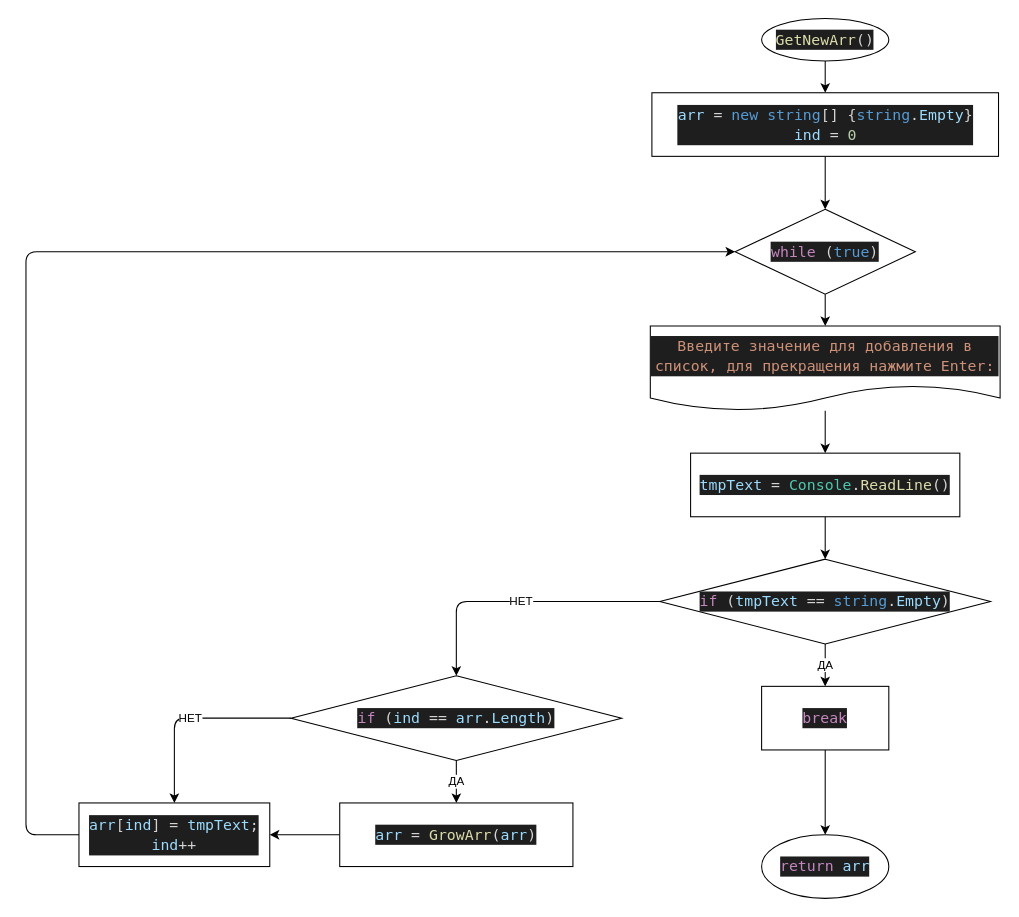
The draw.io diagram page "GetNewArr" (2 of 5) of diagram.drawio in ilya-devel/task-for-choosing-a-specialization, before the edit. Source tidied: cells renumbered, new cells numbered last; positions are measured from the earlier drawing's top-left corner, leaving out a move shared by most shapes. Both pictures are drawn from the tidied source at 106%, with x=0, y=0 at pixel (25, 18).
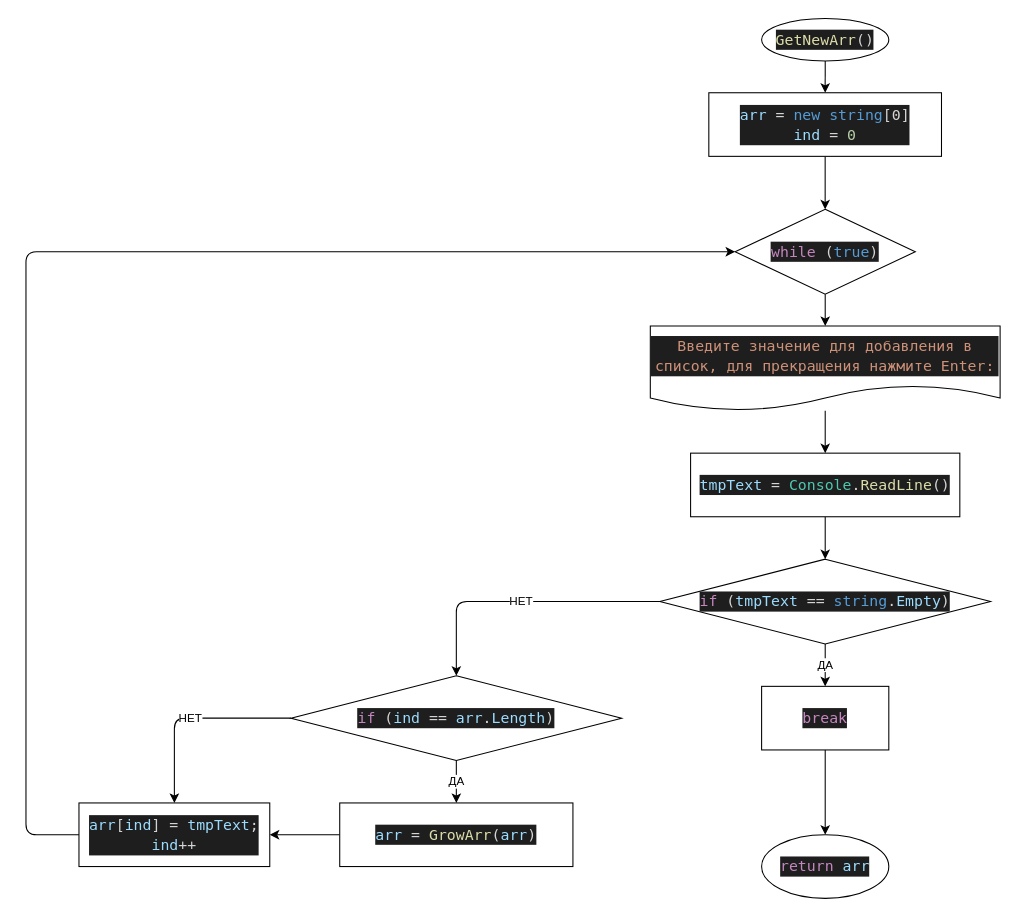
The same page after the edit.

The edit, as a diff of the source:
```diff
@@
-    <mxCell id="5" value="&lt;div style=&quot;background-color: rgb(30 , 30 , 30) ; font-family: &amp;#34;droid sans mono&amp;#34; , &amp;#34;monospace&amp;#34; , monospace ; font-size: 14px ; line-height: 19px&quot;&gt;&lt;span style=&quot;color: rgb(212 , 212 , 212)&quot;&gt;&lt;span style=&quot;color: #9cdcfe&quot;&gt;arr&lt;/span&gt; = &lt;span style=&quot;color: #569cd6&quot;&gt;new&lt;/span&gt; &lt;span style=&quot;color: #569cd6&quot;&gt;string&lt;/span&gt;[] {&lt;span style=&quot;color: #569cd6&quot;&gt;string&lt;/span&gt;.&lt;span style=&quot;color: #9cdcfe&quot;&gt;Empty&lt;/span&gt;}&lt;/span&gt;&lt;div style=&quot;color: rgb(212 , 212 , 212) ; font-family: &amp;#34;droid sans mono&amp;#34; , &amp;#34;monospace&amp;#34; , monospace ; line-height: 19px&quot;&gt;&lt;span style=&quot;color: #9cdcfe&quot;&gt;ind&lt;/span&gt; = &lt;span style=&quot;color: #b5cea8&quot;&gt;0&lt;/span&gt;&lt;/div&gt;&lt;/div&gt;" style="whiteSpace=wrap;html=1;" parent="1" vertex="1">
-      <mxGeometry x="590.5" y="70" width="327" height="60" as="geometry" />
+    <mxCell id="5" value="&lt;div style=&quot;background-color: rgb(30 , 30 , 30) ; font-family: &amp;#34;droid sans mono&amp;#34; , &amp;#34;monospace&amp;#34; , monospace ; font-size: 14px ; line-height: 19px&quot;&gt;&lt;span style=&quot;color: rgb(212 , 212 , 212)&quot;&gt;&lt;span style=&quot;color: #9cdcfe&quot;&gt;arr&lt;/span&gt; = &lt;span style=&quot;color: #569cd6&quot;&gt;new&lt;/span&gt; &lt;span style=&quot;color: #569cd6&quot;&gt;string&lt;/span&gt;[0]&lt;/span&gt;&lt;div style=&quot;color: rgb(212 , 212 , 212) ; font-family: &amp;#34;droid sans mono&amp;#34; , &amp;#34;monospace&amp;#34; , monospace ; line-height: 19px&quot;&gt;&lt;span style=&quot;color: #9cdcfe&quot;&gt;ind&lt;/span&gt; = &lt;span style=&quot;color: #b5cea8&quot;&gt;0&lt;/span&gt;&lt;/div&gt;&lt;/div&gt;" style="whiteSpace=wrap;html=1;" parent="1" vertex="1">
+      <mxGeometry x="644.2" y="70" width="219.5" height="60" as="geometry" />
     </mxCell>
```
